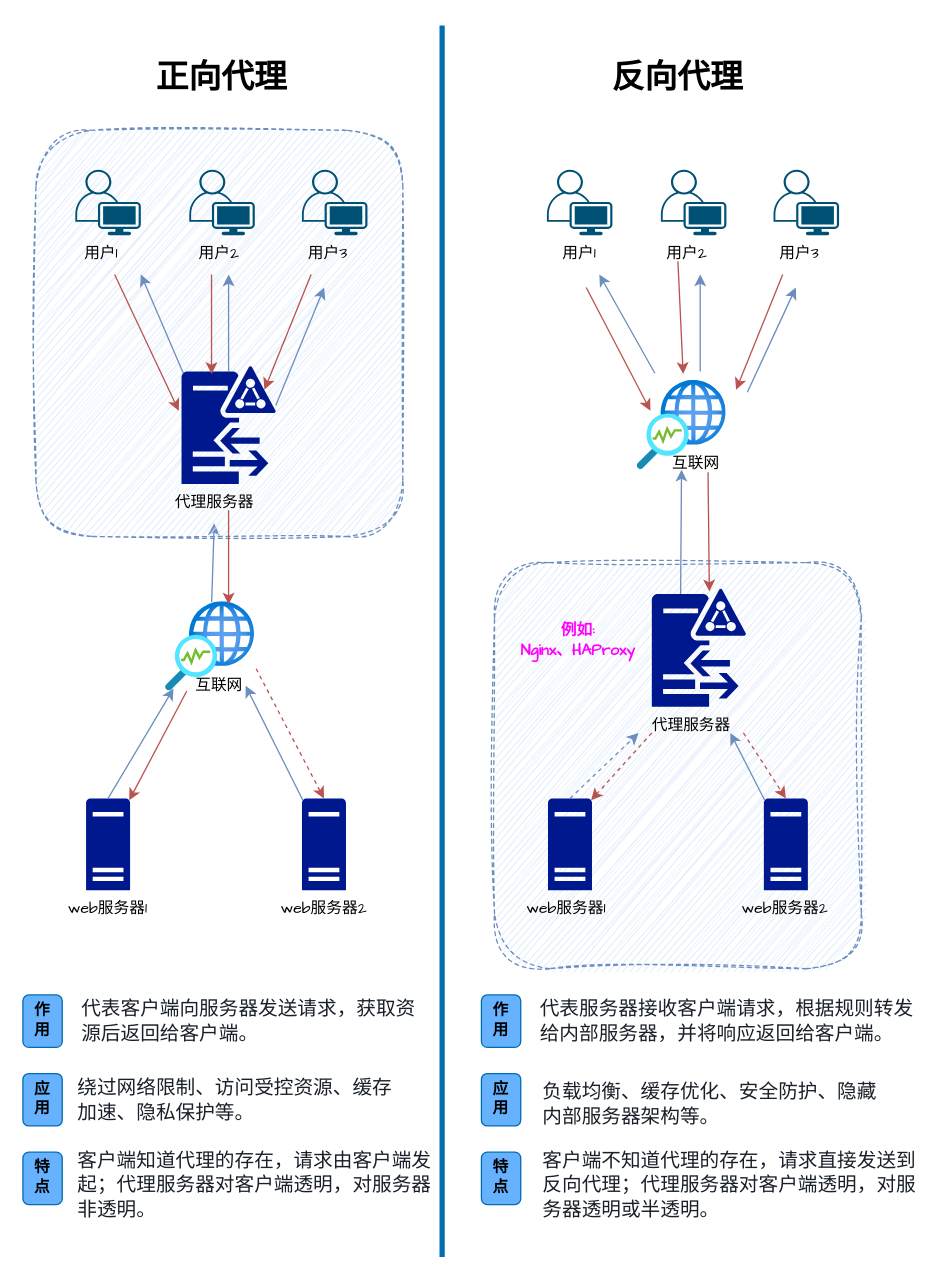
Above: image-text/正向代理与反向代理.drawio in Rodert/javapub_oss (draw.io), before the change. Source tidied: cells renumbered, new cells numbered last; positions are measured from the earlier drawing's top-left corner, leaving out a move shared by most shapes. Both pictures are drawn from the tidied source at 131%, with x=0, y=0 at pixel (22, 25).
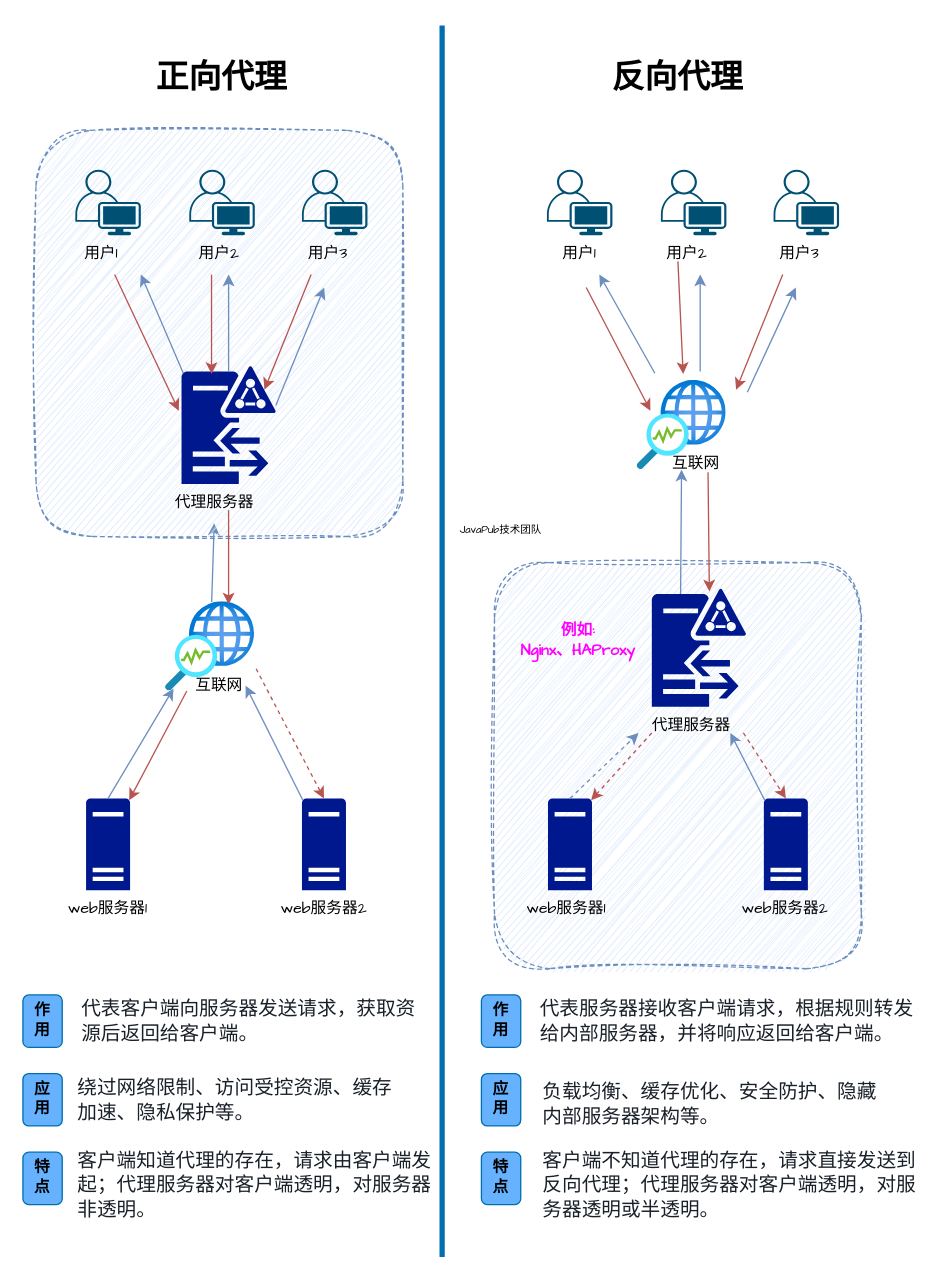
Above is the later version.

Commit message:
更新正向代理与反向代理.drawio

Change to the diagram source:
```diff
@@
+    <mxCell id="72" value="&lt;font style=&quot;font-size: 8px;&quot;&gt;JavaPub技术团队&lt;/font&gt;" style="text;html=1;align=center;verticalAlign=middle;whiteSpace=wrap;rounded=0;fontFamily=Architects Daughter;" parent="1" vertex="1">
+      <mxGeometry x="326" y="370" width="78" height="30" as="geometry" />
+    </mxCell>
```
